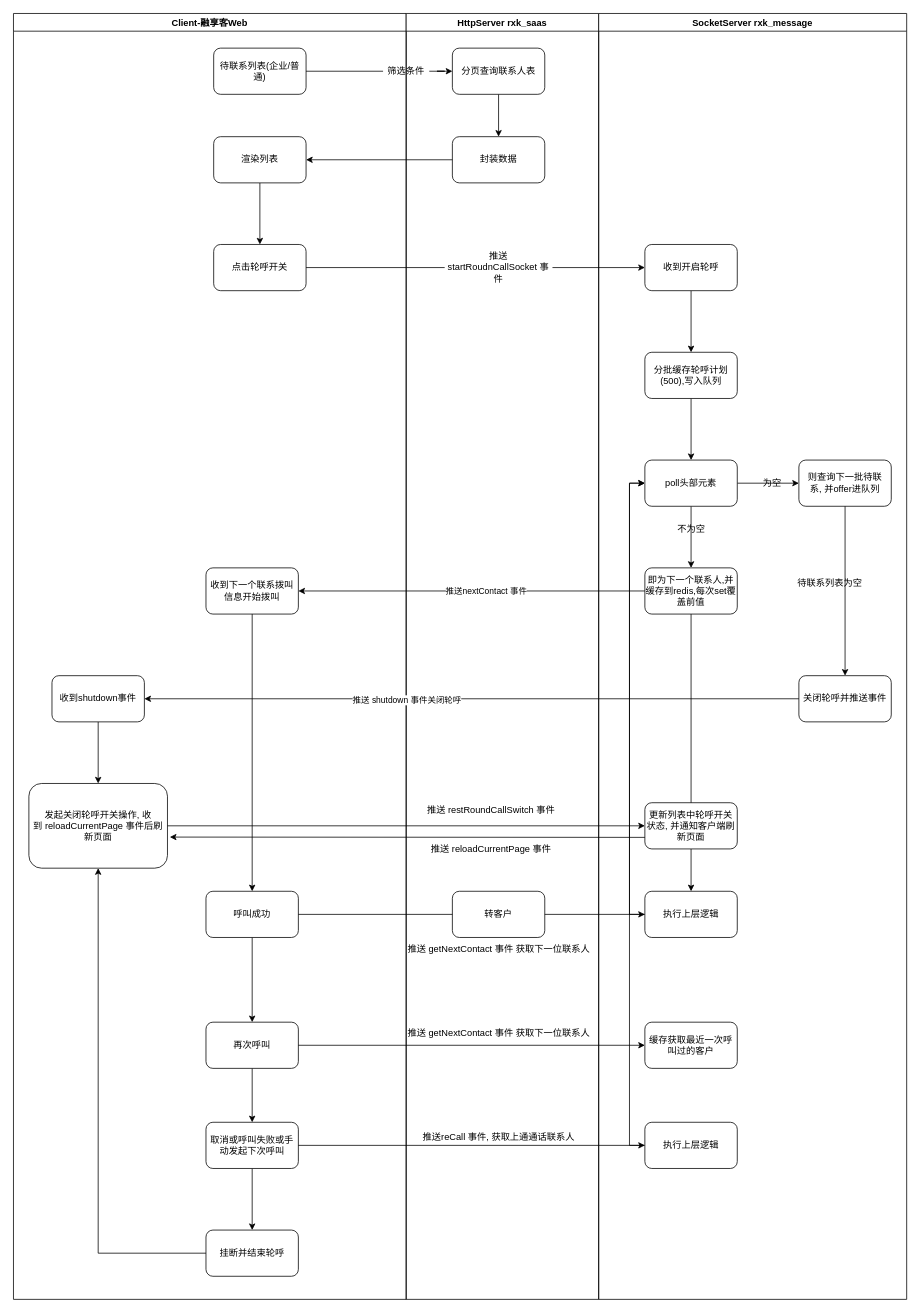
Earlier version of the draw.io diagram 未命名绘图.drawio (didiEvans/draw.io). Source tidied: cells renumbered, new cells numbered last; positions are measured from the earlier drawing's top-left corner, leaving out a move shared by most shapes. Both pictures are drawn from the tidied source at 77%, with x=0, y=0 at pixel (13, 13).
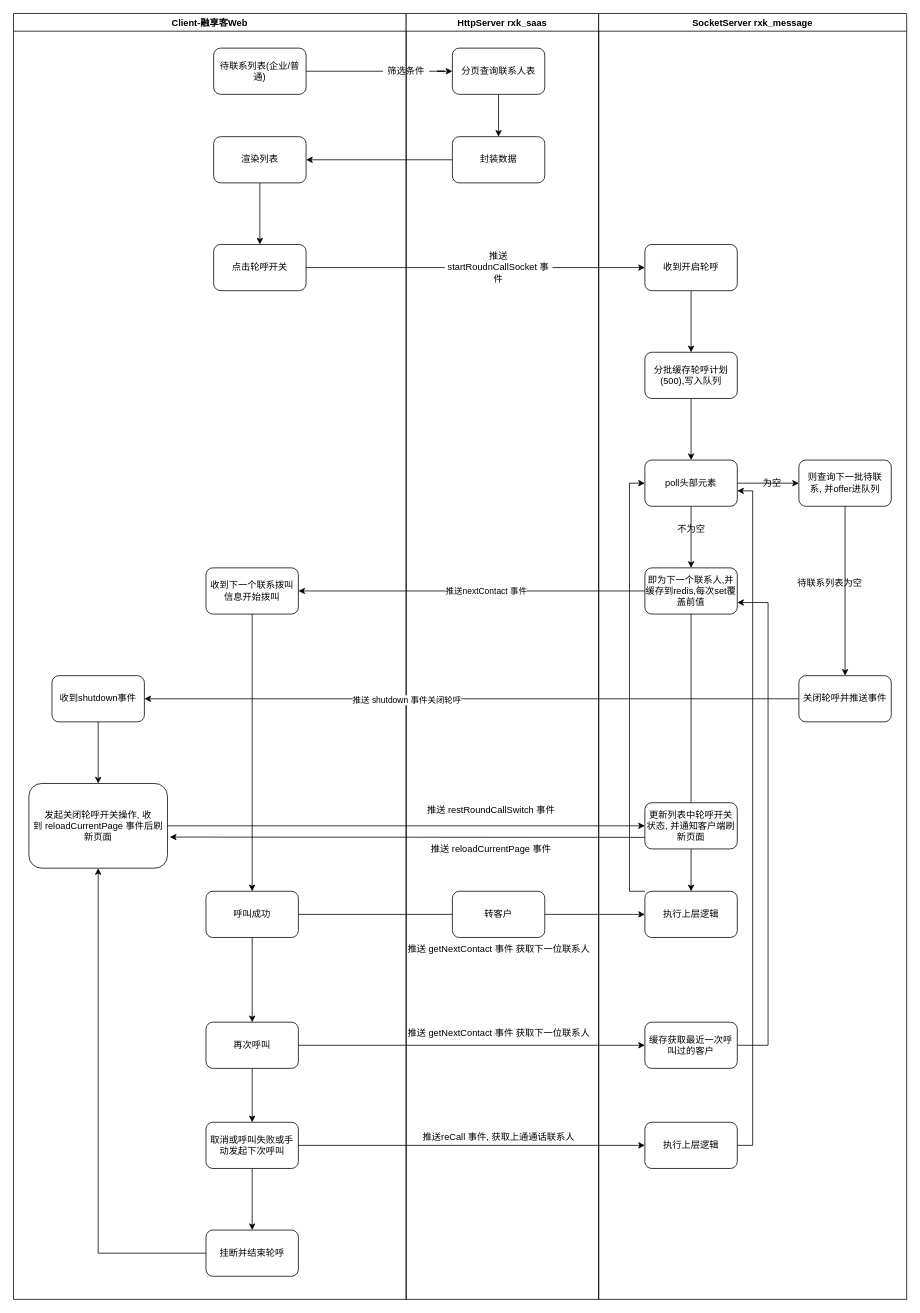
The same page after the edit.

Commit message:
更新未命名绘图.drawio

Unchanged cells that the change refers to:
```xml
<mxCell id="30" value="SocketServer rxk_message" style="swimlane;startSize=23;" parent="1" vertex="1">
  <mxGeometry x="760" width="400" height="1670" as="geometry" />
</mxCell>
<mxCell id="37" value="poll头部元素" style="whiteSpace=wrap;html=1;rounded=1;" parent="30" vertex="1">
  <mxGeometry x="60" y="580" width="120" height="60" as="geometry" />
</mxCell>
<mxCell id="39" value="即为下一个联系人,并缓存到redis,每次set覆盖前值" style="whiteSpace=wrap;html=1;rounded=1;" parent="30" vertex="1">
  <mxGeometry x="60" y="720" width="120" height="60" as="geometry" />
</mxCell>
<mxCell id="44" value="执行上层逻辑" style="whiteSpace=wrap;html=1;rounded=1;" parent="30" vertex="1">
  <mxGeometry x="60" y="1140" width="120" height="60" as="geometry" />
</mxCell>
<mxCell id="46" value="执行上层逻辑" style="whiteSpace=wrap;html=1;rounded=1;" parent="30" vertex="1">
  <mxGeometry x="60" y="1440" width="120" height="60" as="geometry" />
</mxCell>
<mxCell id="48" value="缓存获取最近一次呼叫过的客户" style="whiteSpace=wrap;html=1;rounded=1;" parent="30" vertex="1">
  <mxGeometry x="60" y="1310" width="120" height="60" as="geometry" />
</mxCell>
```

The edit, as a diff of the source:
```diff
@@
-    <mxCell id="45" style="edgeStyle=orthogonalEdgeStyle;rounded=0;jettySize=auto;html=1;exitX=0;exitY=0.5;exitDx=0;exitDy=0;entryX=0;entryY=0.5;entryDx=0;entryDy=0;" parent="30" edge="1" source="46" target="37">
-      <mxGeometry relative="1" as="geometry" />
-    </mxCell>
+    <mxCell id="68" style="edgeStyle=orthogonalEdgeStyle;rounded=0;jettySize=auto;html=1;exitX=1;exitY=0.5;exitDx=0;exitDy=0;" parent="30" edge="1" source="46">
+      <mxGeometry relative="1" as="geometry">
+        <mxPoint x="180" y="620" as="targetPoint" />
+        <Array as="points">
+          <mxPoint x="200" y="1470" />
+          <mxPoint x="200" y="620" />
+          <mxPoint x="180" y="620" />
+        </Array>
+      </mxGeometry>
+    </mxCell>
@@
-    <mxCell id="47" style="edgeStyle=orthogonalEdgeStyle;rounded=0;jettySize=auto;html=1;exitX=0;exitY=0.5;exitDx=0;exitDy=0;entryX=0;entryY=0.5;entryDx=0;entryDy=0;" parent="30" edge="1" source="44" target="37">
-      <mxGeometry relative="1" as="geometry" />
+    <mxCell id="47" style="edgeStyle=orthogonalEdgeStyle;rounded=0;jettySize=auto;html=1;exitX=0;exitY=0;exitDx=0;exitDy=0;entryX=0;entryY=0.5;entryDx=0;entryDy=0;" parent="30" edge="1" source="44" target="37">
+      <mxGeometry relative="1" as="geometry">
+        <Array as="points">
+          <mxPoint x="40" y="1140" />
+          <mxPoint x="40" y="610" />
+        </Array>
+      </mxGeometry>
     </mxCell>
+    <mxCell id="69" style="edgeStyle=orthogonalEdgeStyle;rounded=0;jettySize=auto;html=1;exitX=1;exitY=0.5;exitDx=0;exitDy=0;entryX=1;entryY=0.75;entryDx=0;entryDy=0;" parent="30" edge="1" source="48" target="39">
+      <mxGeometry relative="1" as="geometry">
+        <Array as="points">
+          <mxPoint x="220" y="1340" />
+          <mxPoint x="220" y="765" />
+        </Array>
+      </mxGeometry>
+    </mxCell>
```
